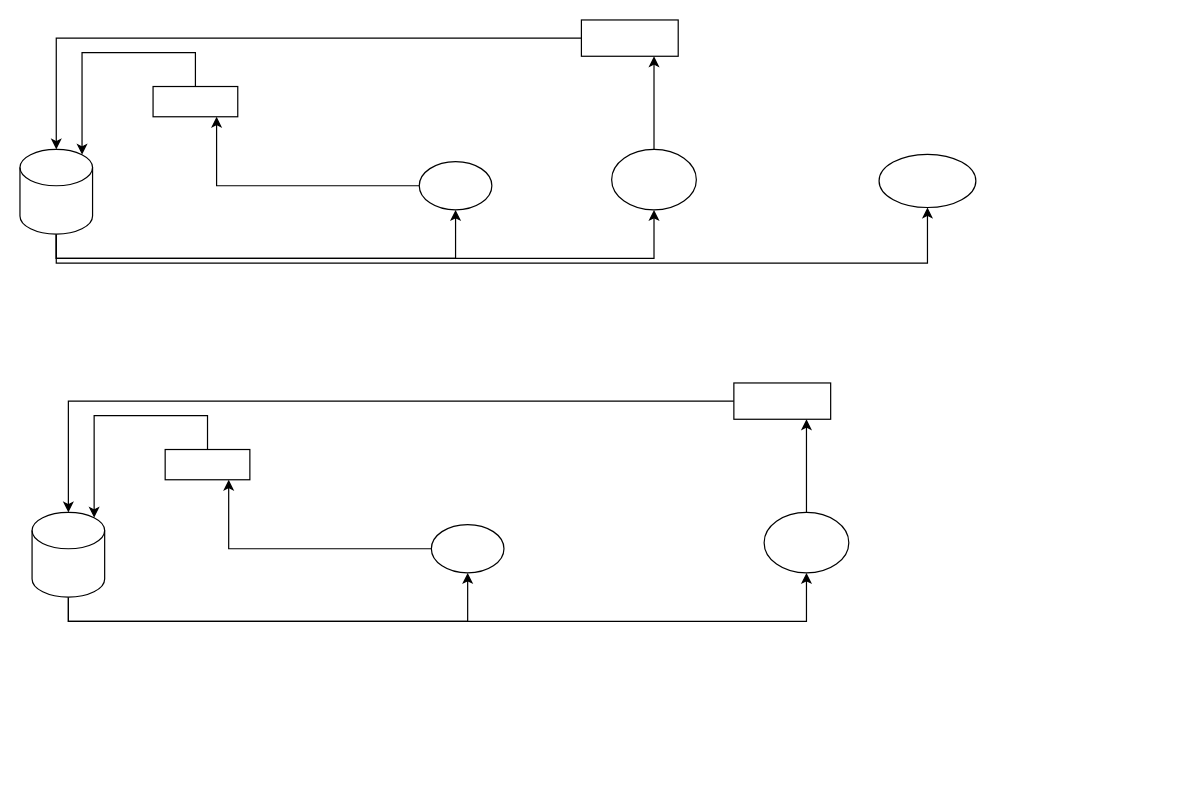
Earlier version of the draw.io diagram Untitled Diagram.drawio (clearriver/draw). Source tidied: cells renumbered, new cells numbered last; positions are measured from the earlier drawing's top-left corner, leaving out a move shared by most shapes. Both pictures are drawn from the tidied source at 121%, with x=0, y=0 at pixel (19, 19).
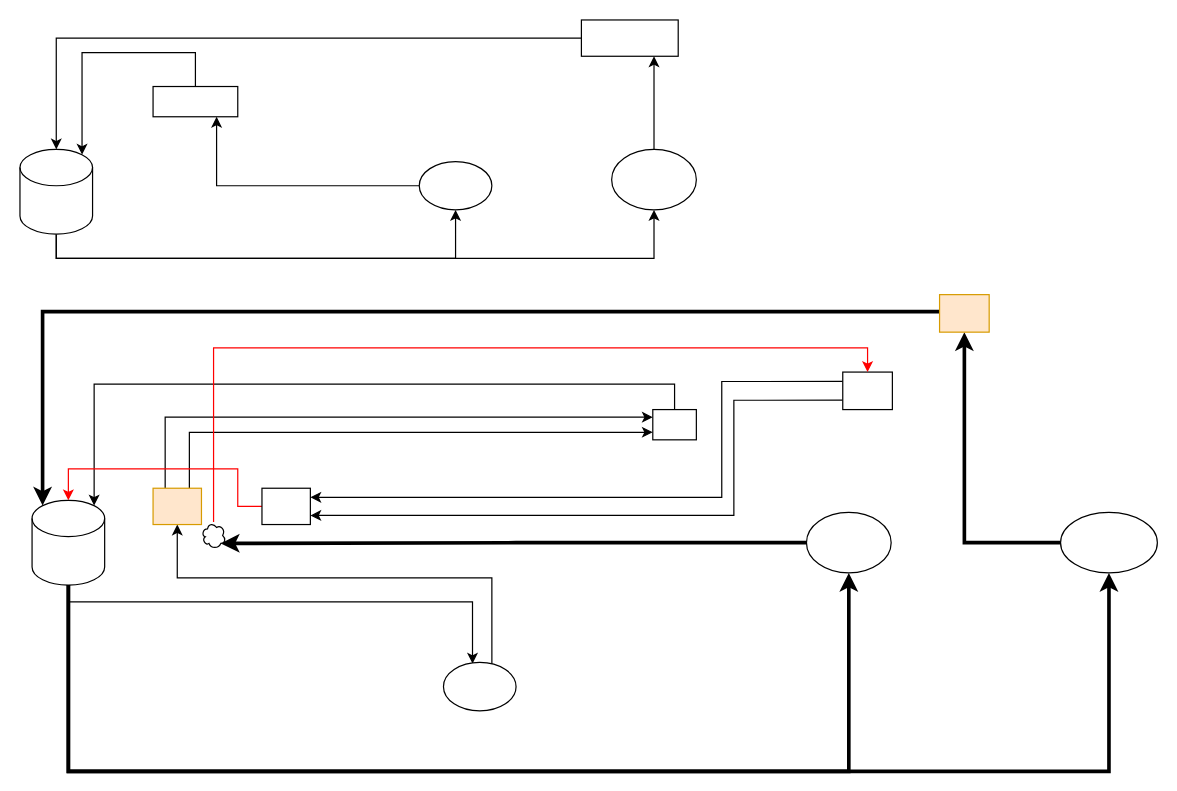
After the change.

Unchanged cells that the change refers to:
```xml
<mxCell id="5" style="shape=cylinder3;whiteSpace=wrap;html=1;boundedLbl=1;backgroundOutline=1;size=15;" parent="1" vertex="1">
  <mxGeometry y="107" width="60" height="70" as="geometry" />
</mxCell>
```

Change to the diagram source:
```diff
@@
-    <mxCell id="4" style="edgeStyle=orthogonalEdgeStyle;rounded=0;jettySize=auto;html=1;entryX=0.5;entryY=1;entryDx=0;entryDy=0;" parent="1" edge="1" source="5" target="25">
-      <mxGeometry relative="1" as="geometry">
-        <Array as="points">
-          <mxPoint x="30" y="201" />
-          <mxPoint x="750" y="201" />
-        </Array>
-      </mxGeometry>
-    </mxCell>
@@
-    <mxCell id="14" style="edgeStyle=orthogonalEdgeStyle;rounded=0;jettySize=auto;html=1;entryX=0.5;entryY=1;entryDx=0;entryDy=0;" parent="1" edge="1" source="16" target="18">
+    <mxCell id="14" style="edgeStyle=orthogonalEdgeStyle;rounded=0;jettySize=auto;html=1;entryX=0.4;entryY=0.025;entryDx=0;entryDy=0;entryPerimeter=0;" parent="1" edge="1" source="16" target="18">
       <mxGeometry relative="1" as="geometry">
         <Array as="points">
-          <mxPoint x="40" y="497" />
-          <mxPoint x="370" y="497" />
+          <mxPoint x="40" y="481" />
+          <mxPoint x="374" y="481" />
         </Array>
       </mxGeometry>
     </mxCell>
-    <mxCell id="15" style="edgeStyle=orthogonalEdgeStyle;rounded=0;jettySize=auto;html=1;entryX=0.5;entryY=1;entryDx=0;entryDy=0;" parent="1" edge="1" source="16" target="20">
+    <mxCell id="15" style="edgeStyle=orthogonalEdgeStyle;rounded=0;jettySize=auto;html=1;entryX=0.5;entryY=1;entryDx=0;entryDy=0;strokeWidth=3;" parent="1" edge="1" source="16" target="20">
       <mxGeometry relative="1" as="geometry">
         <Array as="points">
-          <mxPoint x="40" y="497" />
-          <mxPoint x="650" y="497" />
+          <mxPoint x="40" y="621" />
+          <mxPoint x="685" y="621" />
         </Array>
       </mxGeometry>
     </mxCell>
+    <mxCell id="26" style="edgeStyle=orthogonalEdgeStyle;rounded=0;jettySize=auto;html=1;entryX=0.5;entryY=1;entryDx=0;entryDy=0;strokeWidth=3;" parent="1" edge="1" source="16" target="33">
+      <mxGeometry relative="1" as="geometry">
+        <Array as="points">
+          <mxPoint x="40" y="621" />
+          <mxPoint x="900" y="621" />
+        </Array>
+      </mxGeometry>
+    </mxCell>
     <mxCell id="16" style="shape=cylinder3;whiteSpace=wrap;html=1;boundedLbl=1;backgroundOutline=1;size=15;" parent="1" vertex="1">
-      <mxGeometry x="10" y="407" width="60" height="70" as="geometry" />
+      <mxGeometry x="10" y="397" width="60" height="70" as="geometry" />
     </mxCell>
-    <mxCell id="17" style="edgeStyle=orthogonalEdgeStyle;rounded=0;jettySize=auto;html=1;entryX=0.75;entryY=1;entryDx=0;entryDy=0;" parent="1" edge="1" source="18" target="22">
-      <mxGeometry relative="1" as="geometry" />
+    <mxCell id="17" style="edgeStyle=orthogonalEdgeStyle;rounded=0;jettySize=auto;html=1;entryX=0.5;entryY=1;entryDx=0;entryDy=0;exitX=0.667;exitY=0.025;exitDx=0;exitDy=0;exitPerimeter=0;" parent="1" edge="1" source="18" target="22">
+      <mxGeometry relative="1" as="geometry">
+        <Array as="points">
+          <mxPoint x="390" y="461" />
+          <mxPoint x="130" y="461" />
+        </Array>
+      </mxGeometry>
     </mxCell>
     <mxCell id="18" style="ellipse;whiteSpace=wrap;html=1;" parent="1" vertex="1">
-      <mxGeometry x="340" y="417" width="60" height="40" as="geometry" />
+      <mxGeometry x="350" y="531" width="60" height="40" as="geometry" />
     </mxCell>
-    <mxCell id="19" style="edgeStyle=orthogonalEdgeStyle;rounded=0;jettySize=auto;html=1;entryX=0.75;entryY=1;entryDx=0;entryDy=0;" parent="1" edge="1" source="20" target="24">
-      <mxGeometry relative="1" as="geometry" />
-    </mxCell>
+    <mxCell id="27" style="edgeStyle=orthogonalEdgeStyle;rounded=0;jettySize=auto;html=1;entryX=0.8;entryY=0.8;entryDx=0;entryDy=0;entryPerimeter=0;strokeWidth=3;" parent="1" edge="1" source="20" target="40">
+      <mxGeometry relative="1" as="geometry" />
+    </mxCell>
     <mxCell id="20" style="ellipse;whiteSpace=wrap;html=1;" parent="1" vertex="1">
-      <mxGeometry x="615" y="407" width="70" height="50" as="geometry" />
+      <mxGeometry x="650" y="407" width="70" height="50" as="geometry" />
     </mxCell>
-    <mxCell id="21" style="edgeStyle=orthogonalEdgeStyle;rounded=0;jettySize=auto;html=1;entryX=0.855;entryY=0;entryDx=0;entryDy=4.35;entryPerimeter=0;" parent="1" edge="1" source="22" target="16">
+    <mxCell id="21" style="edgeStyle=orthogonalEdgeStyle;rounded=0;jettySize=auto;html=1;entryX=0.855;entryY=0;entryDx=0;entryDy=4.35;entryPerimeter=0;exitX=0.5;exitY=0;exitDx=0;exitDy=0;" parent="1" edge="1" source="36" target="16">
       <mxGeometry relative="1" as="geometry">
         <Array as="points">
-          <mxPoint x="155" y="327" />
-          <mxPoint x="61" y="327" />
+          <mxPoint x="541" y="301" />
+          <mxPoint x="61" y="301" />
         </Array>
       </mxGeometry>
     </mxCell>
+    <mxCell id="28" style="edgeStyle=orthogonalEdgeStyle;rounded=0;jettySize=auto;html=1;exitX=0.75;exitY=0;exitDx=0;exitDy=0;entryX=0;entryY=0.75;entryDx=0;entryDy=0;" parent="1" edge="1" source="22" target="36">
+      <mxGeometry relative="1" as="geometry">
+        <Array as="points">
+          <mxPoint x="140" y="341" />
+        </Array>
+      </mxGeometry>
+    </mxCell>
+    <mxCell id="29" style="edgeStyle=orthogonalEdgeStyle;rounded=0;jettySize=auto;html=1;exitX=0.25;exitY=0;exitDx=0;exitDy=0;entryX=0;entryY=0.25;entryDx=0;entryDy=0;" parent="1" edge="1" source="22" target="36">
+      <mxGeometry relative="1" as="geometry" />
+    </mxCell>
-    <mxCell id="22" style="rounded=0;whiteSpace=wrap;html=1;" parent="1" vertex="1">
-      <mxGeometry x="120" y="355" width="70" height="25" as="geometry" />
+    <mxCell id="22" style="rounded=0;whiteSpace=wrap;html=1;fillColor=#ffe6cc;strokeColor=#d79b00;" parent="1" vertex="1">
+      <mxGeometry x="110" y="387" width="40" height="30" as="geometry" />
     </mxCell>
-    <mxCell id="23" style="edgeStyle=orthogonalEdgeStyle;rounded=0;jettySize=auto;html=1;entryX=0.5;entryY=0;entryDx=0;entryDy=0;entryPerimeter=0;" parent="1" edge="1" source="24" target="16">
-      <mxGeometry relative="1" as="geometry" />
-    </mxCell>
+    <mxCell id="30" style="edgeStyle=orthogonalEdgeStyle;rounded=0;jettySize=auto;html=1;exitX=0;exitY=0.25;exitDx=0;exitDy=0;entryX=1;entryY=0.25;entryDx=0;entryDy=0;" parent="1" edge="1" source="24" target="38">
+      <mxGeometry relative="1" as="geometry">
+        <Array as="points">
+          <mxPoint x="580" y="299" />
+          <mxPoint x="580" y="395" />
+        </Array>
+      </mxGeometry>
+    </mxCell>
+    <mxCell id="31" style="edgeStyle=orthogonalEdgeStyle;rounded=0;jettySize=auto;html=1;exitX=0;exitY=0.75;exitDx=0;exitDy=0;entryX=1;entryY=0.75;entryDx=0;entryDy=0;" parent="1" edge="1" source="24" target="38">
+      <mxGeometry relative="1" as="geometry">
+        <Array as="points">
+          <mxPoint x="590" y="314" />
+          <mxPoint x="590" y="410" />
+        </Array>
+      </mxGeometry>
+    </mxCell>
     <mxCell id="24" style="rounded=0;whiteSpace=wrap;html=1;" parent="1" vertex="1">
-      <mxGeometry x="590" y="300" width="80" height="30" as="geometry" />
+      <mxGeometry x="680" y="291" width="41" height="31" as="geometry" />
     </mxCell>
-    <mxCell id="25" style="ellipse;whiteSpace=wrap;html=1;" parent="1" vertex="1">
-      <mxGeometry x="710" y="111" width="80" height="44" as="geometry" />
-    </mxCell>
+    <mxCell id="32" style="edgeStyle=orthogonalEdgeStyle;rounded=0;jettySize=auto;html=1;entryX=0.5;entryY=1;entryDx=0;entryDy=0;strokeWidth=3;" parent="1" edge="1" source="33" target="35">
+      <mxGeometry relative="1" as="geometry" />
+    </mxCell>
+    <mxCell id="33" style="ellipse;whiteSpace=wrap;html=1;" parent="1" vertex="1">
+      <mxGeometry x="860" y="407" width="80" height="50" as="geometry" />
+    </mxCell>
+    <mxCell id="34" style="edgeStyle=orthogonalEdgeStyle;rounded=0;jettySize=auto;html=1;entryX=0.145;entryY=0;entryDx=0;entryDy=4.35;entryPerimeter=0;strokeWidth=3;" parent="1" edge="1" source="35" target="16">
+      <mxGeometry relative="1" as="geometry">
+        <Array as="points">
+          <mxPoint x="621" y="241" />
+          <mxPoint x="19" y="241" />
+        </Array>
+      </mxGeometry>
+    </mxCell>
+    <mxCell id="35" style="rounded=0;whiteSpace=wrap;html=1;fillColor=#ffe6cc;strokeColor=#d79b00;" parent="1" vertex="1">
+      <mxGeometry x="760" y="227" width="41" height="31" as="geometry" />
+    </mxCell>
+    <mxCell id="36" style="rounded=0;whiteSpace=wrap;html=1;" parent="1" vertex="1">
+      <mxGeometry x="523" y="322" width="36" height="25" as="geometry" />
+    </mxCell>
+    <mxCell id="37" style="edgeStyle=orthogonalEdgeStyle;rounded=0;jettySize=auto;html=1;entryX=0.5;entryY=0;entryDx=0;entryDy=0;entryPerimeter=0;fillColor=#f8cecc;strokeColor=#FF0000;exitX=0;exitY=0.5;exitDx=0;exitDy=0;" parent="1" edge="1" source="38" target="16">
+      <mxGeometry relative="1" as="geometry">
+        <Array as="points">
+          <mxPoint x="180" y="402" />
+          <mxPoint x="180" y="371" />
+          <mxPoint x="40" y="371" />
+        </Array>
+      </mxGeometry>
+    </mxCell>
+    <mxCell id="38" style="rounded=0;whiteSpace=wrap;html=1;" parent="1" vertex="1">
+      <mxGeometry x="200" y="387" width="40" height="30" as="geometry" />
+    </mxCell>
+    <mxCell id="39" style="edgeStyle=orthogonalEdgeStyle;rounded=0;jettySize=auto;html=1;entryX=0.5;entryY=0;entryDx=0;entryDy=0;strokeColor=#FF0000;" parent="1" edge="1" source="40" target="24">
+      <mxGeometry relative="1" as="geometry">
+        <Array as="points">
+          <mxPoint x="160" y="271" />
+          <mxPoint x="701" y="271" />
+        </Array>
+      </mxGeometry>
+    </mxCell>
+    <mxCell id="40" style="ellipse;shape=cloud;whiteSpace=wrap;html=1;" parent="1" vertex="1">
+      <mxGeometry x="150" y="415" width="20" height="22" as="geometry" />
+    </mxCell>
```
